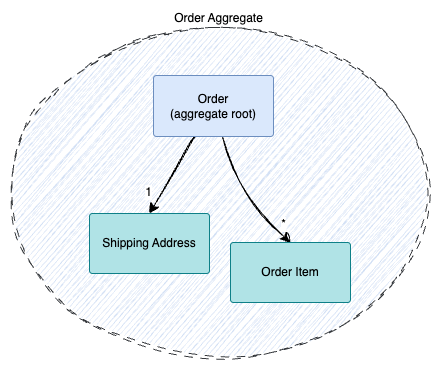
Earlier version of the draw.io export docs/topics/img/order-aggregate.png (tomohisa/dcb-events.github.io). Source tidied: cells renumbered, new cells last; positions are measured from the earlier drawing's top-left corner, leaving out a move shared by most shapes. Source of this version:
```xml
<mxGraphModel>
  <root>
    <mxCell id="0" />
    <mxCell id="1" parent="0" />
    <mxCell id="2" value="Order Aggregate" style="ellipse;whiteSpace=wrap;html=1;sketch=1;curveFitting=1;jiggle=2;dashed=1;dashPattern=8 8;labelPosition=center;verticalLabelPosition=top;align=center;verticalAlign=bottom;spacing=2;fillColor=#D4E1F5;strokeColor=#36393d;" parent="1" vertex="1">
      <mxGeometry width="417" height="329" as="geometry" />
    </mxCell>
    <mxCell id="3" style="edgeStyle=none;curved=1;rounded=0;jettySize=auto;html=1;entryX=0.5;entryY=0;entryDx=0;entryDy=0;fontSize=12;startSize=8;endSize=8;sketch=1;curveFitting=1;jiggle=2;" parent="1" edge="1" source="7" target="8">
      <mxGeometry relative="1" as="geometry">
        <Array as="points">
          <mxPoint x="229" y="168" />
        </Array>
      </mxGeometry>
    </mxCell>
    <mxCell id="4" value="*" style="edgeLabel;html=1;align=center;verticalAlign=middle;fontSize=12;" parent="3" vertex="1">
      <mxGeometry x="0.69" y="3" relative="1" as="geometry">
        <mxPoint x="6" y="-2" as="offset" />
      </mxGeometry>
    </mxCell>
    <mxCell id="5" style="edgeStyle=none;curved=1;rounded=0;jettySize=auto;html=1;entryX=0.5;entryY=0;entryDx=0;entryDy=0;fontSize=12;startSize=8;endSize=8;sketch=1;curveFitting=1;jiggle=2;" parent="1" edge="1" source="7" target="9">
      <mxGeometry relative="1" as="geometry" />
    </mxCell>
    <mxCell id="6" value="1" style="edgeLabel;html=1;align=center;verticalAlign=middle;fontSize=12;" parent="5" vertex="1">
      <mxGeometry x="0.7" y="-4" relative="1" as="geometry">
        <mxPoint x="-5" y="-8" as="offset" />
      </mxGeometry>
    </mxCell>
    <mxCell id="7" value="Order&lt;div&gt;(aggregate root)&lt;/div&gt;" style="rounded=1;whiteSpace=wrap;html=1;arcSize=5;fillColor=#dae8fc;strokeColor=#6c8ebf;" parent="1" vertex="1">
      <mxGeometry x="143" y="48" width="120" height="61" as="geometry" />
    </mxCell>
    <mxCell id="8" value="Order Item" style="rounded=1;whiteSpace=wrap;html=1;arcSize=5;fillColor=#b0e3e6;strokeColor=#0e8088;" parent="1" vertex="1">
      <mxGeometry x="220" y="215" width="120" height="60" as="geometry" />
    </mxCell>
    <mxCell id="9" value="Shipping Address" style="rounded=1;whiteSpace=wrap;html=1;arcSize=5;fillColor=#b0e3e6;strokeColor=#0e8088;" parent="1" vertex="1">
      <mxGeometry x="79" y="186" width="120" height="60" as="geometry" />
    </mxCell>
  </root>
</mxGraphModel>
```
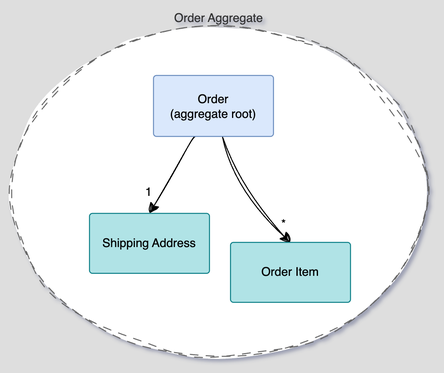
After the change.

The edit, as a diff of the source:
```diff
@@ -1,8 +1,8 @@
-<mxGraphModel>
+<mxGraphModel background="#DEDEDE" shadow="1">
   <root>
     <mxCell id="0" />
     <mxCell id="1" parent="0" />
-    <mxCell id="2" value="Order Aggregate" style="ellipse;whiteSpace=wrap;html=1;sketch=1;curveFitting=1;jiggle=2;dashed=1;dashPattern=8 8;labelPosition=center;verticalLabelPosition=top;align=center;verticalAlign=bottom;spacing=2;fillColor=#D4E1F5;strokeColor=#36393d;" parent="1" vertex="1">
+    <mxCell id="2" value="Order Aggregate" style="ellipse;whiteSpace=wrap;html=1;dashed=1;dashPattern=8 8;labelPosition=center;verticalLabelPosition=top;align=center;verticalAlign=bottom;spacing=2;fillColor=default;strokeColor=#666666;fontColor=#333333;sketch=1;curveFitting=1;jiggle=2;" parent="1" vertex="1">
       <mxGeometry width="417" height="329" as="geometry" />
     </mxCell>
     <mxCell id="3" style="edgeStyle=none;curved=1;rounded=0;jettySize=auto;html=1;entryX=0.5;entryY=0;entryDx=0;entryDy=0;fontSize=12;startSize=8;endSize=8;sketch=1;curveFitting=1;jiggle=2;" parent="1" edge="1" source="7" target="8">
@@ -12,7 +12,7 @@
         </Array>
       </mxGeometry>
     </mxCell>
-    <mxCell id="4" value="*" style="edgeLabel;html=1;align=center;verticalAlign=middle;fontSize=12;" parent="3" vertex="1">
+    <mxCell id="4" value="*" style="edgeLabel;html=1;align=center;verticalAlign=middle;fontSize=12;labelBackgroundColor=none;" parent="3" vertex="1">
       <mxGeometry x="0.69" y="3" relative="1" as="geometry">
         <mxPoint x="6" y="-2" as="offset" />
       </mxGeometry>
@@ -20,7 +20,7 @@
     <mxCell id="5" style="edgeStyle=none;curved=1;rounded=0;jettySize=auto;html=1;entryX=0.5;entryY=0;entryDx=0;entryDy=0;fontSize=12;startSize=8;endSize=8;sketch=1;curveFitting=1;jiggle=2;" parent="1" edge="1" source="7" target="9">
       <mxGeometry relative="1" as="geometry" />
     </mxCell>
-    <mxCell id="6" value="1" style="edgeLabel;html=1;align=center;verticalAlign=middle;fontSize=12;" parent="5" vertex="1">
+    <mxCell id="6" value="1" style="edgeLabel;html=1;align=center;verticalAlign=middle;fontSize=12;labelBackgroundColor=none;" parent="5" vertex="1">
       <mxGeometry x="0.7" y="-4" relative="1" as="geometry">
         <mxPoint x="-5" y="-8" as="offset" />
       </mxGeometry>
```
